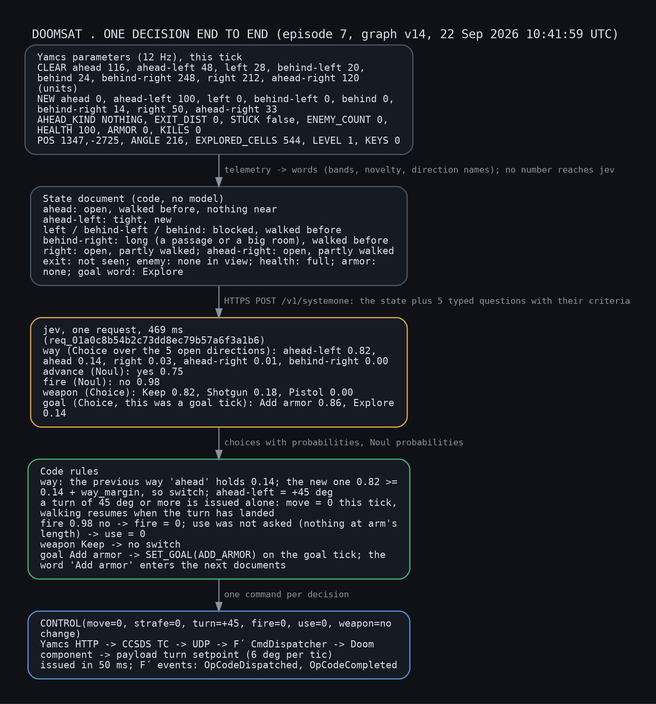
Devonance/DoomSat keeps this Graphviz diagram as docs/diagrams/decision_flow.png. Above is the earlier version. Its source is kept beside it as docs/diagrams/decision_flow.dot.
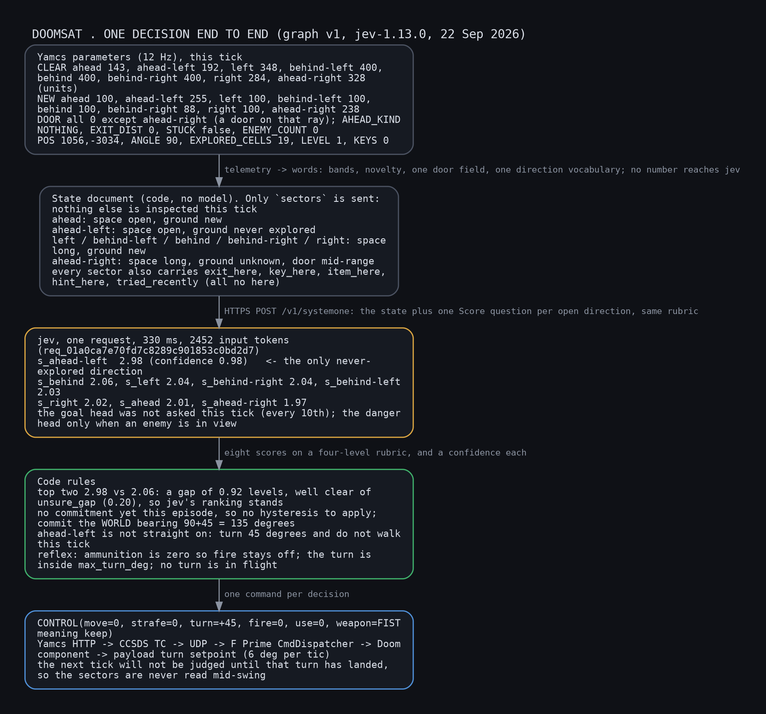
After the commit.

Change to the diagram source:
```diff
@@ -1,15 +1,15 @@
 digraph F {
   graph [bgcolor="#0f1116", rankdir=TB, fontname="DejaVu Sans Mono", fontcolor="#d8dde6", labelloc=t, labeljust=l, nodesep=0.3, ranksep=0.35, pad=0.4,
-         label="DOOMSAT . ONE DECISION END TO END (episode 7, graph v14, 22 Sep 2026 10:41:59 UTC)\l"];
+         label="DOOMSAT . ONE DECISION END TO END (graph v1, jev-1.13.0, 22 Sep 2026)\l"];
   node [shape=box, style="rounded,filled", fillcolor="#161a22", fontname="DejaVu Sans Mono", fontsize=11, fontcolor="#d8dde6", penwidth=1.4, margin="0.2,0.12"];
   edge [color="#8b93a1", fontname="DejaVu Sans Mono", fontsize=10, fontcolor="#8b93a1", penwidth=1.2];
-  b0 [label="Yamcs parameters (12 Hz), this tick\lCLEAR ahead 116, ahead-left 48, left 28, behind-left 20,\lbehind 24, behind-right 248, right 212, ahead-right 120\l(units)\lNEW ahead 0, ahead-left 100, left 0, behind-left 0, behind 0,\lbehind-right 14, right 50, ahead-right 33\lAHEAD_KIND NOTHING, EXIT_DIST 0, STUCK false, ENEMY_COUNT 0,\lHEALTH 100, ARMOR 0, KILLS 0\lPOS 1347,-2725, ANGLE 216, EXPLORED_CELLS 544, LEVEL 1, KEYS 0\l", color="#4a5160"];
-  b1 [label="State document (code, no model)\lahead: open, walked before, nothing near\lahead-left: tight, new\lleft / behind-left / behind: blocked, walked before\lbehind-right: long (a passage or a big room), walked before\lright: open, partly walked; ahead-right: open, partly walked\lexit: not seen; enemy: none in view; health: full; armor:\lnone; goal word: Explore\l", color="#4a5160"];
-  b2 [label="jev, one request, 469 ms\l(req_01a0c8b54b2c73dd8ec79b57a6f3a1b6)\lway (Choice over the 5 open directions): ahead-left 0.82,\lahead 0.14, right 0.03, ahead-right 0.01, behind-right 0.00\ladvance (Noul): yes 0.75\lfire (Noul): no 0.98\lweapon (Choice): Keep 0.82, Shotgun 0.18, Pistol 0.00\lgoal (Choice, this was a goal tick): Add armor 0.86, Explore\l0.14\l", color="#d9a441"];
-  b3 [label="Code rules\lway: the previous way 'ahead' holds 0.14; the new one 0.82 >=\l0.14 + way_margin, so switch; ahead-left = +45 deg\la turn of 45 deg or more is issued alone: move = 0 this tick,\lwalking resumes when the turn has landed\lfire 0.98 no -> fire = 0; use was not asked (nothing at arm's\llength) -> use = 0\lweapon Keep -> no switch\lgoal Add armor -> SET_GOAL(ADD_ARMOR) on the goal tick; the\lword 'Add armor' enters the next documents\l", color="#3fae6a"];
-  b4 [label="CONTROL(move=0, strafe=0, turn=+45, fire=0, use=0, weapon=no\lchange)\lYamcs HTTP -> CCSDS TC -> UDP -> F´ CmdDispatcher -> Doom\lcomponent -> payload turn setpoint (6 deg per tic)\lissued in 50 ms; F´ events: OpCodeDispatched, OpCodeCompleted\l", color="#4f8fd6"];
-  b0 -> b1 [label=" telemetry -> words (bands, novelty, direction names); no number reaches jev"];
-  b1 -> b2 [label=" HTTPS POST /v1/systemone: the state plus 5 typed questions with their criteria"];
-  b2 -> b3 [label=" choices with probabilities, Noul probabilities"];
+  b0 [label="Yamcs parameters (12 Hz), this tick\lCLEAR ahead 143, ahead-left 192, left 348, behind-left 400,\lbehind 400, behind-right 400, right 284, ahead-right 328\l(units)\lNEW ahead 100, ahead-left 255, left 100, behind-left 100,\lbehind 100, behind-right 88, right 100, ahead-right 238\lDOOR all 0 except ahead-right (a door on that ray); AHEAD_KIND\lNOTHING, EXIT_DIST 0, STUCK false, ENEMY_COUNT 0\lPOS 1056,-3034, ANGLE 90, EXPLORED_CELLS 19, LEVEL 1, KEYS 0\l", color="#4a5160"];
+  b1 [label="State document (code, no model). Only `sectors` is sent:\lnothing else is inspected this tick\lahead: space open, ground new\lahead-left: space open, ground never explored\lleft / behind-left / behind / behind-right / right: space\llong, ground new\lahead-right: space long, ground unknown, door mid-range\levery sector also carries exit_here, key_here, item_here,\lhint_here, tried_recently (all no here)\l", color="#4a5160"];
+  b2 [label="jev, one request, 330 ms, 2452 input tokens\l(req_01a0ca7e70fd7c8289c901853c0bd2d7)\ls_ahead-left  2.98 (confidence 0.98)   <- the only never-\lexplored direction\ls_behind 2.06, s_left 2.04, s_behind-right 2.04, s_behind-left\l2.03\ls_right 2.02, s_ahead 2.01, s_ahead-right 1.97\lthe goal head was not asked this tick (every 10th); the danger\lhead only when an enemy is in view\l", color="#d9a441"];
+  b3 [label="Code rules\ltop two 2.98 vs 2.06: a gap of 0.92 levels, well clear of\lunsure_gap (0.20), so jev's ranking stands\lno commitment yet this episode, so no hysteresis to apply;\lcommit the WORLD bearing 90+45 = 135 degrees\lahead-left is not straight on: turn 45 degrees and do not walk\lthis tick\lreflex: ammunition is zero so fire stays off; the turn is\linside max_turn_deg; no turn is in flight\l", color="#3fae6a"];
+  b4 [label="CONTROL(move=0, strafe=0, turn=+45, fire=0, use=0, weapon=FIST\lmeaning keep)\lYamcs HTTP -> CCSDS TC -> UDP -> F Prime CmdDispatcher -> Doom\lcomponent -> payload turn setpoint (6 deg per tic)\lthe next tick will not be judged until that turn has landed,\lso the sectors are never read mid-swing\l", color="#4f8fd6"];
+  b0 -> b1 [label=" telemetry -> words: bands, novelty, one door field, one direction vocabulary; no number reaches jev"];
+  b1 -> b2 [label=" HTTPS POST /v1/systemone: the state plus one Score question per open direction, same rubric"];
+  b2 -> b3 [label=" eight scores on a four-level rubric, and a confidence each"];
   b3 -> b4 [label=" one command per decision"];
 }
```
